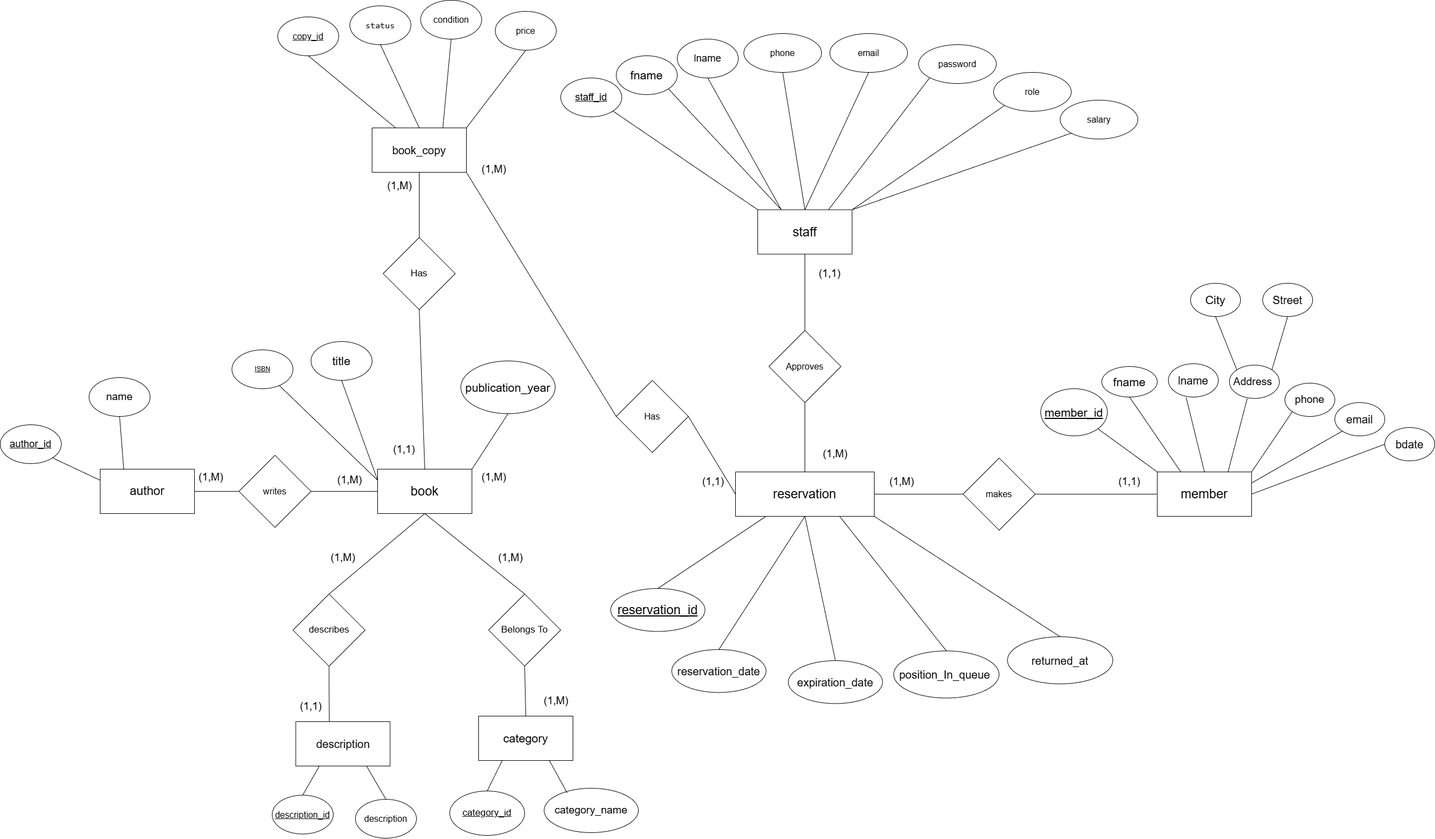
This is ERD.png from kindahard/Book_haven, a draw.io export, as it was before one commit. Source tidied: cells renumbered, new cells last; positions are measured from the earlier drawing's top-left corner, leaving out a move shared by most shapes.
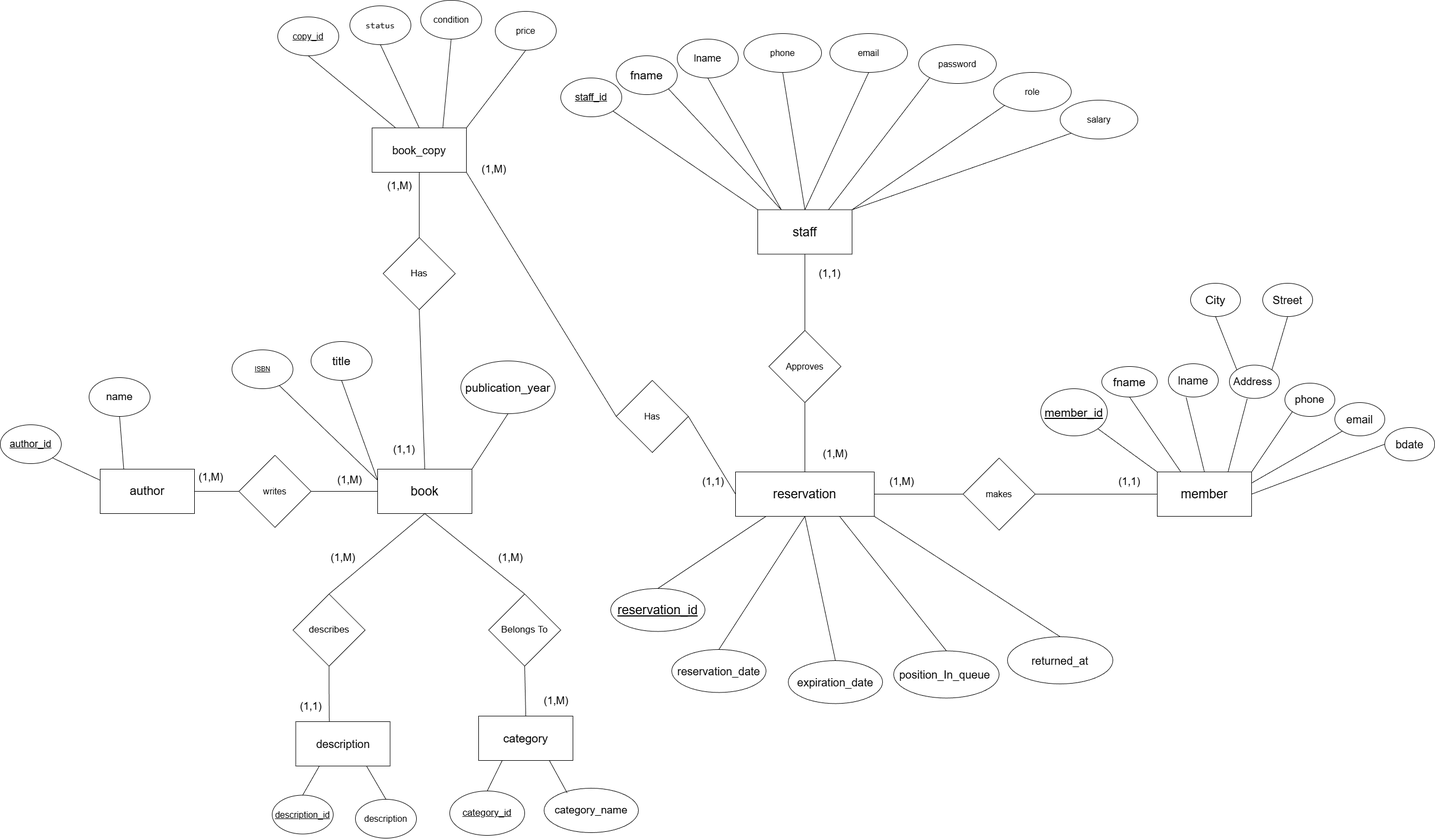
The same file after the commit.

Change to the diagram source:
```diff
@@ -245,9 +245,6 @@
     <mxCell id="80" style="endArrow=none;html=1;rounded=0;entryX=1;entryY=0.5;entryDx=0;entryDy=0;exitX=0;exitY=0.5;exitDx=0;exitDy=0;" parent="1" edge="1" source="54" target="77">
       <mxGeometry relative="1" as="geometry" />
     </mxCell>
-    <mxCell id="81" value="&lt;font style=&quot;font-size: 19px;&quot;&gt;(1,M)&lt;/font&gt;" style="text;html=1;whiteSpace=wrap;strokeColor=none;fillColor=none;align=center;verticalAlign=middle;rounded=0;" parent="1" vertex="1">
-      <mxGeometry x="860" y="845" width="60" height="30" as="geometry" />
-    </mxCell>
     <mxCell id="82" value="&lt;font style=&quot;font-size: 19px;&quot;&gt;(1,1)&lt;/font&gt;" style="text;html=1;whiteSpace=wrap;strokeColor=none;fillColor=none;align=center;verticalAlign=middle;rounded=0;" parent="1" vertex="1">
       <mxGeometry x="1255" y="852.5" width="60" height="30" as="geometry" />
     </mxCell>
```
